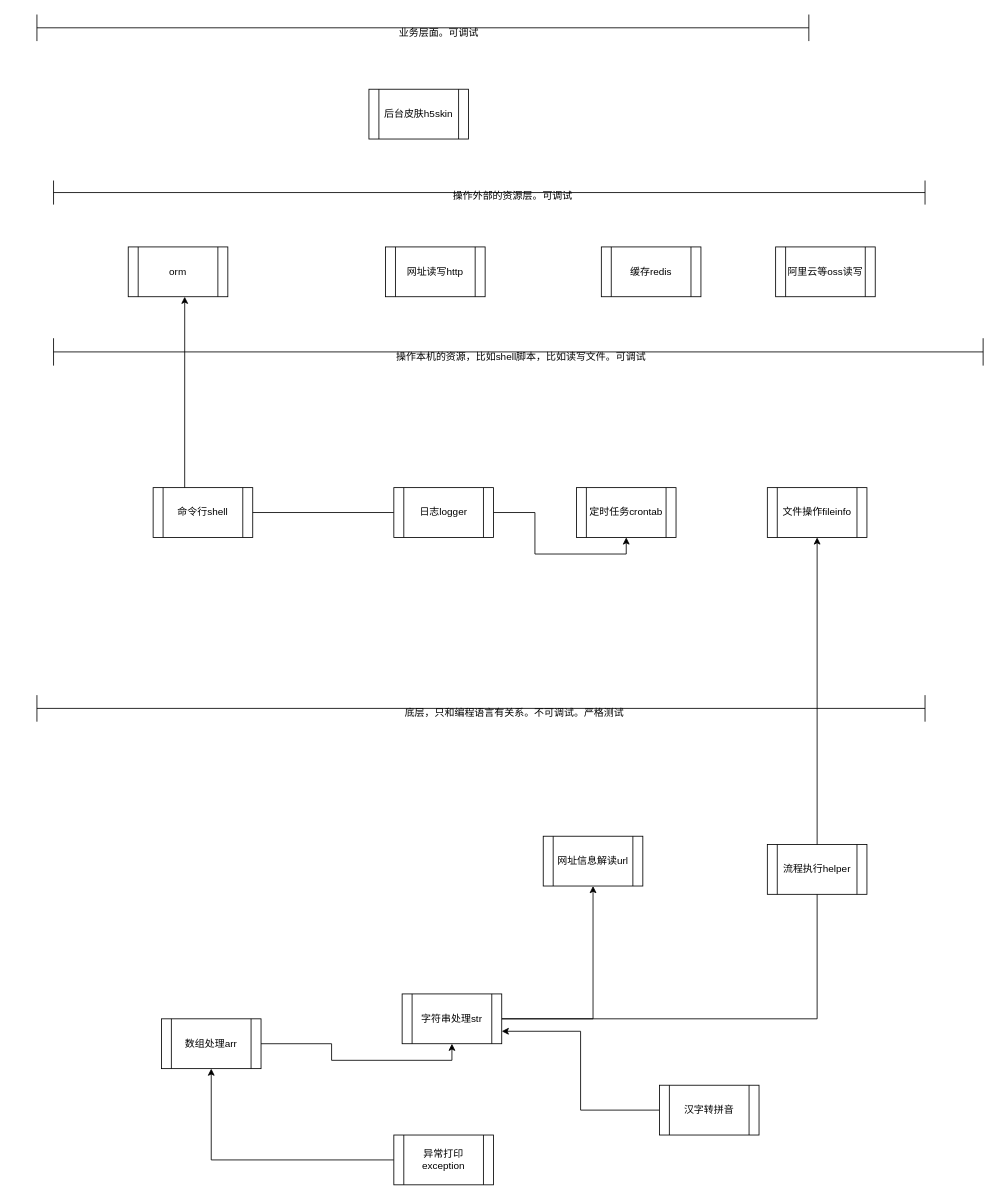
This is 架构代码责任划分.drawio from xltxlm/filesystem, a draw.io file, before an edit. Source tidied: cells renumbered, new cells numbered last; positions are measured from the earlier drawing's top-left corner, leaving out a move shared by most shapes. Both pictures are drawn from the tidied source at 83%, with x=0, y=0 at pixel (37, 14).
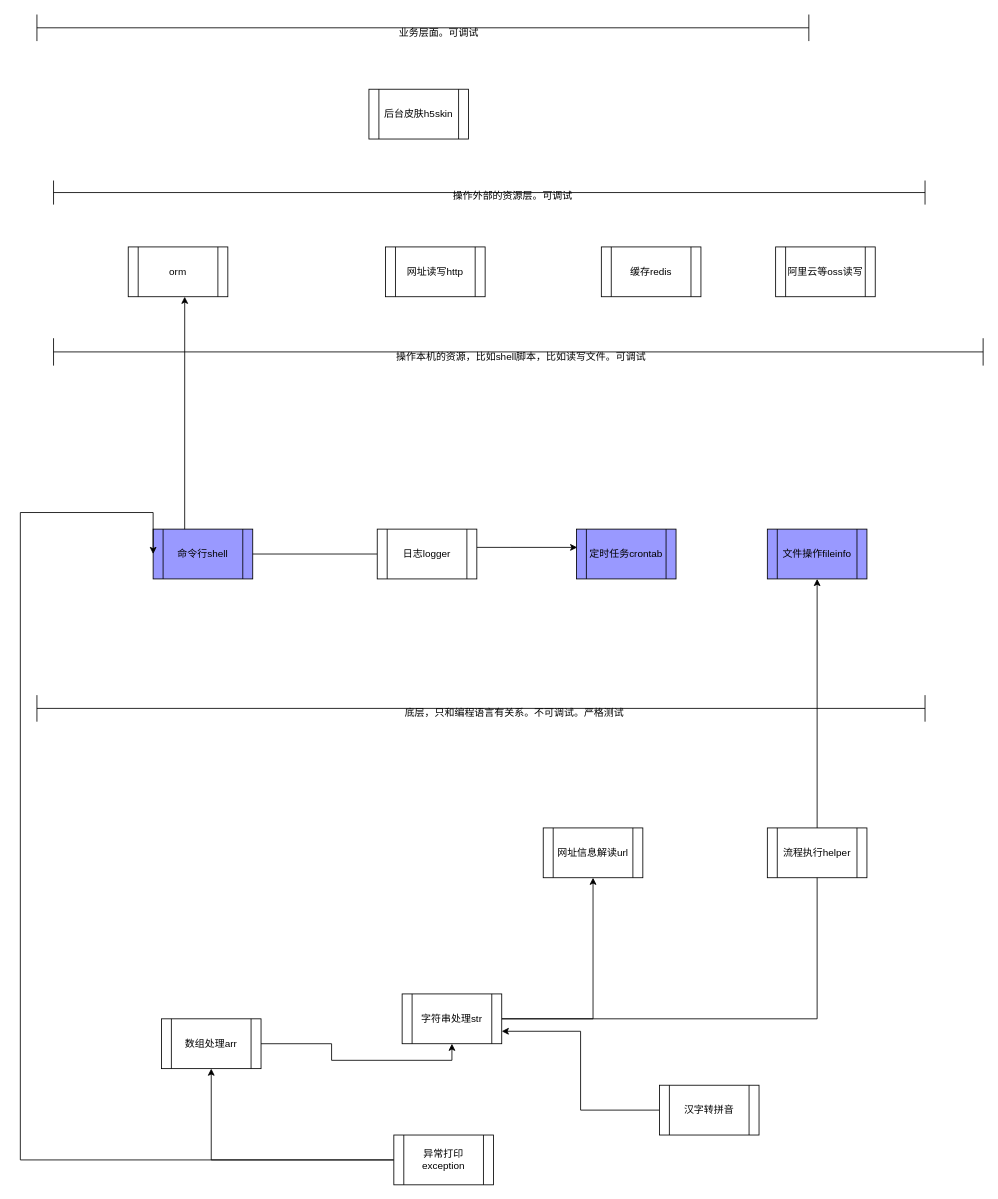
The same diagram, later.

Commit message:
更新架构代码责任划分.drawio

Unchanged cells that the change refers to:
```xml
<mxCell id="15" value="异常打印exception" style="shape=process;whiteSpace=wrap;html=1;backgroundOutline=1;" parent="1" vertex="1">
  <mxGeometry x="430" y="1350" width="120" height="60" as="geometry" />
</mxCell>
```

What changed in the source:
```diff
@@
-    <mxCell id="8" style="edgeStyle=orthogonalEdgeStyle;rounded=0;jettySize=auto;html=1;entryX=0.5;entryY=1;entryDx=0;entryDy=0;" parent="1" edge="1" source="9" target="11">
-      <mxGeometry relative="1" as="geometry" />
+    <mxCell id="8" style="edgeStyle=orthogonalEdgeStyle;rounded=0;jettySize=auto;html=1;entryX=0.008;entryY=0.367;entryDx=0;entryDy=0;entryPerimeter=0;" parent="1" edge="1" source="9" target="11">
+      <mxGeometry relative="1" as="geometry">
+        <Array as="points">
+          <mxPoint x="570" y="642" />
+          <mxPoint x="570" y="642" />
+        </Array>
+      </mxGeometry>
     </mxCell>
     <mxCell id="9" value="日志logger" style="shape=process;whiteSpace=wrap;html=1;backgroundOutline=1;" parent="1" vertex="1">
-      <mxGeometry x="430" y="570" width="120" height="60" as="geometry" />
+      <mxGeometry x="410" y="620" width="120" height="60" as="geometry" />
     </mxCell>
     <mxCell id="10" value="流程执行helper" style="shape=process;whiteSpace=wrap;html=1;backgroundOutline=1;" parent="1" vertex="1">
-      <mxGeometry x="880" y="1000" width="120" height="60" as="geometry" />
+      <mxGeometry x="880" y="980" width="120" height="60" as="geometry" />
     </mxCell>
-    <mxCell id="11" value="定时任务crontab" style="shape=process;whiteSpace=wrap;html=1;backgroundOutline=1;" parent="1" vertex="1">
-      <mxGeometry x="650" y="570" width="120" height="60" as="geometry" />
+    <mxCell id="11" value="定时任务crontab" style="shape=process;whiteSpace=wrap;html=1;backgroundOutline=1;fillColor=#9999FF;" parent="1" vertex="1">
+      <mxGeometry x="650" y="620" width="120" height="60" as="geometry" />
     </mxCell>
@@
-    <mxCell id="13" value="命令行shell" style="shape=process;whiteSpace=wrap;html=1;backgroundOutline=1;" parent="1" vertex="1">
-      <mxGeometry x="140" y="570" width="120" height="60" as="geometry" />
+    <mxCell id="13" value="命令行shell" style="shape=process;whiteSpace=wrap;html=1;backgroundOutline=1;fillColor=#9999FF;" parent="1" vertex="1">
+      <mxGeometry x="140" y="620" width="120" height="60" as="geometry" />
     </mxCell>
@@
+    <mxCell id="32" style="edgeStyle=orthogonalEdgeStyle;rounded=0;jettySize=auto;html=1;entryX=0;entryY=0.5;entryDx=0;entryDy=0;" parent="1" edge="1" source="15" target="13">
+      <mxGeometry relative="1" as="geometry">
+        <Array as="points">
+          <mxPoint x="-20" y="1380" />
+          <mxPoint x="-20" y="600" />
+        </Array>
+      </mxGeometry>
+    </mxCell>
@@
     <mxCell id="16" value="网址信息解读url" style="shape=process;whiteSpace=wrap;html=1;backgroundOutline=1;" parent="1" vertex="1">
-      <mxGeometry x="610" y="990" width="120" height="60" as="geometry" />
+      <mxGeometry x="610" y="980" width="120" height="60" as="geometry" />
     </mxCell>
-    <mxCell id="17" value="文件操作fileinfo" style="shape=process;whiteSpace=wrap;html=1;backgroundOutline=1;" parent="1" vertex="1">
-      <mxGeometry x="880" y="570" width="120" height="60" as="geometry" />
+    <mxCell id="17" value="文件操作fileinfo" style="shape=process;whiteSpace=wrap;html=1;backgroundOutline=1;fillColor=#9999FF;" parent="1" vertex="1">
+      <mxGeometry x="880" y="620" width="120" height="60" as="geometry" />
     </mxCell>
```
